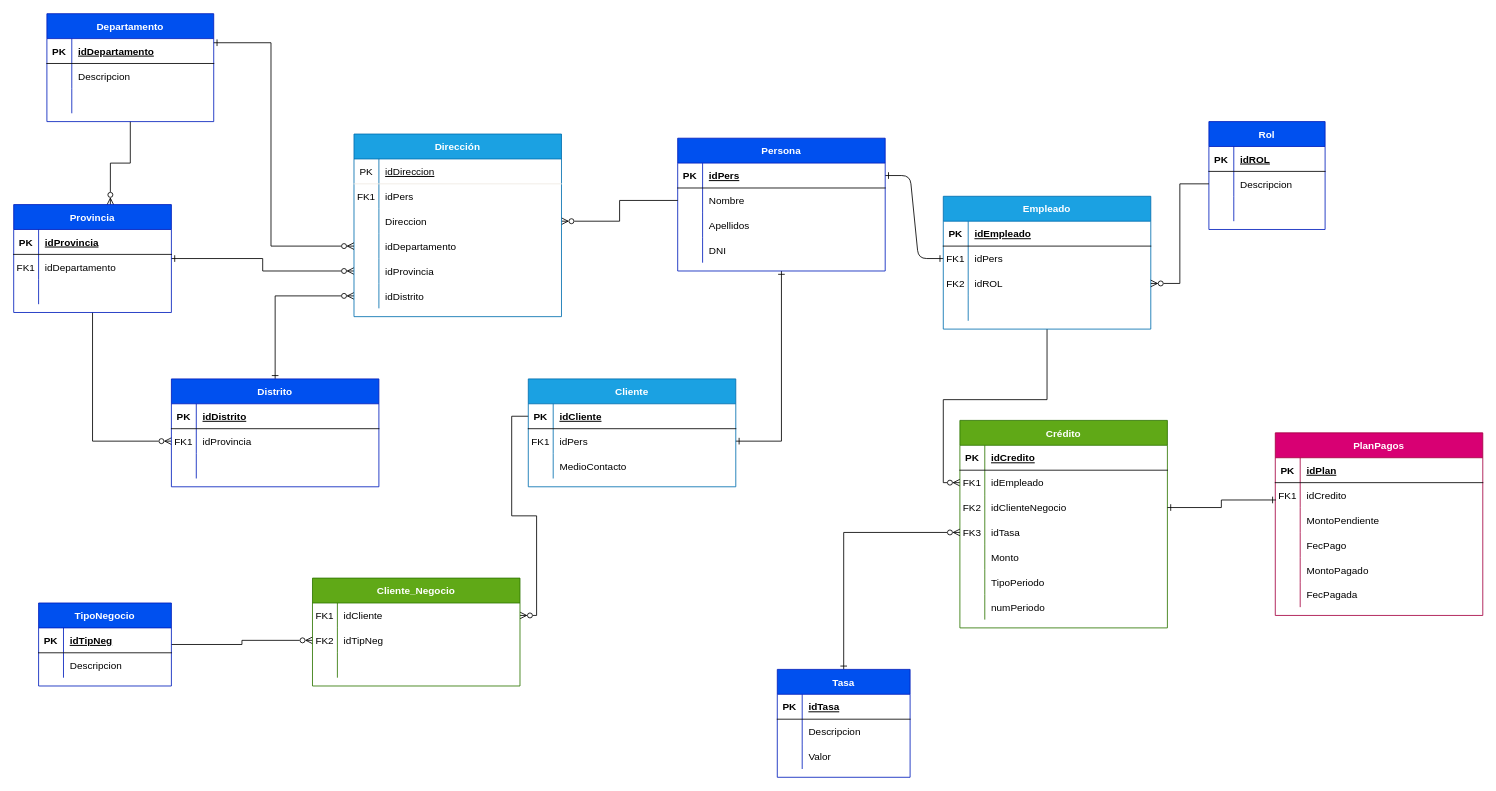
This is Diagrama-financiera.drawio from JhimyST/DAW, a draw.io file, before an edit. Source tidied: cells renumbered, new cells numbered last; positions are measured from the earlier drawing's top-left corner, leaving out a move shared by most shapes. Both pictures are drawn from the tidied source at 83%, with x=0, y=0 at pixel (13, 13).
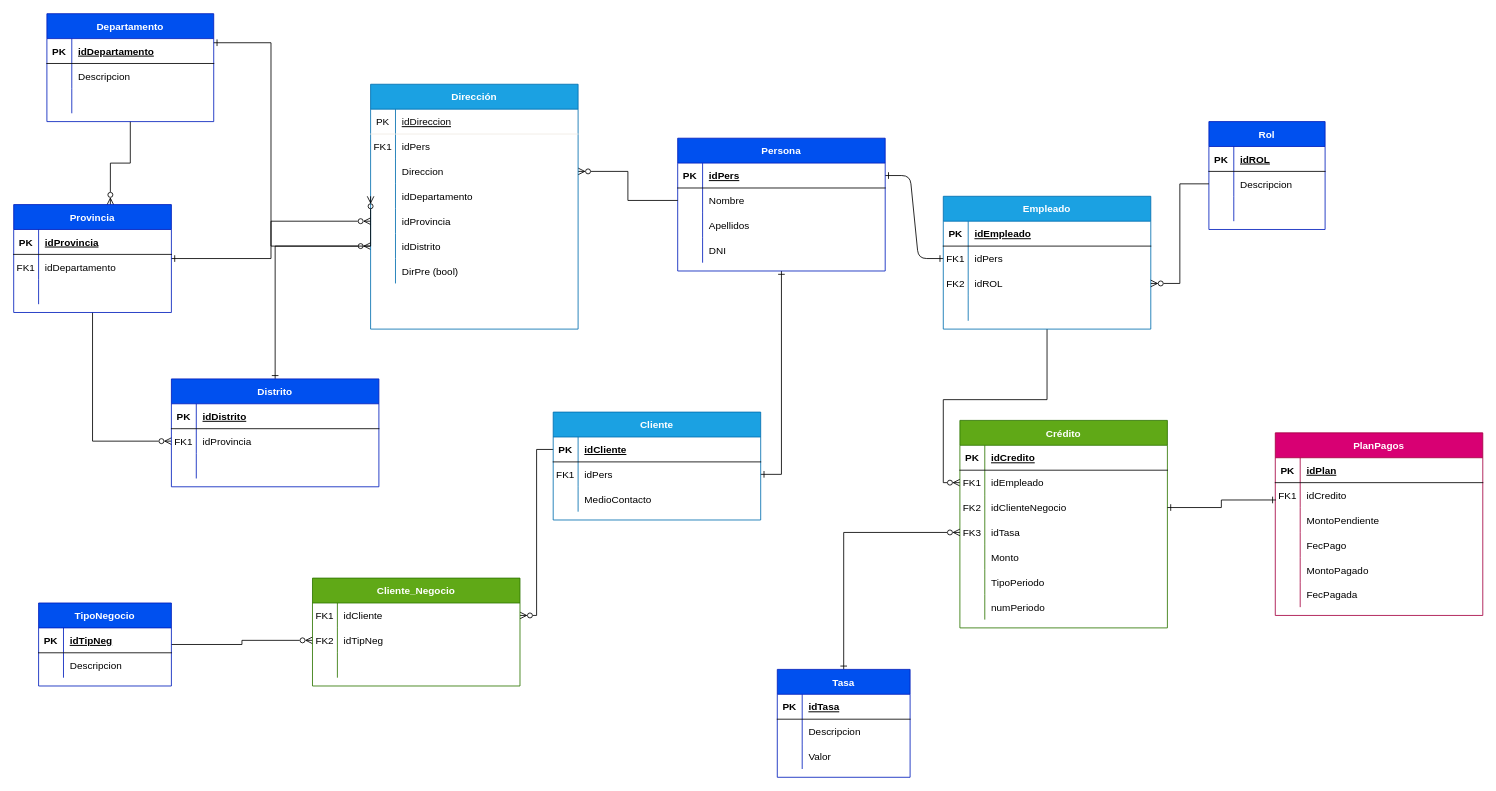
The same diagram, later.

The edit, as a diff of the source:
```diff
@@
     <mxCell id="97" value="Dirección" style="shape=table;startSize=30;childLayout=tableLayout;rowLines=0;fontStyle=1;align=center;fillColor=#1ba1e2;fontColor=#ffffff;strokeColor=#006EAF;" parent="1" vertex="1">
-      <mxGeometry x="410" y="145" width="250" height="220" as="geometry" />
+      <mxGeometry x="430" y="85" width="250" height="295" as="geometry" />
     </mxCell>
@@
+    <mxCell id="181" style="shape=partialRectangle;fillColor=none;top=0;left=0;right=0;bottom=0;" parent="97" vertex="1">
+      <mxGeometry y="210" width="250" height="30" as="geometry" />
+    </mxCell>
+    <mxCell id="182" style="shape=partialRectangle;overflow=hidden;fillColor=none;top=0;left=0;bottom=0;right=0;" parent="181" vertex="1">
+      <mxGeometry width="30" height="30" as="geometry" />
+    </mxCell>
+    <mxCell id="183" value="DirPre (bool)" style="shape=partialRectangle;overflow=hidden;fillColor=none;top=0;left=0;bottom=0;right=0;align=left;spacingLeft=6;" parent="181" vertex="1">
+      <mxGeometry x="30" width="220" height="30" as="geometry" />
+    </mxCell>
@@
     <mxCell id="171" value="Cliente" style="shape=table;startSize=30;childLayout=tableLayout;rowLines=0;fontStyle=1;align=center;fillColor=#1ba1e2;fontColor=#ffffff;strokeColor=#006EAF;" parent="1" vertex="1">
-      <mxGeometry x="620" y="440" width="250" height="130" as="geometry" />
+      <mxGeometry x="650" y="480" width="250" height="130" as="geometry" />
     </mxCell>
```
